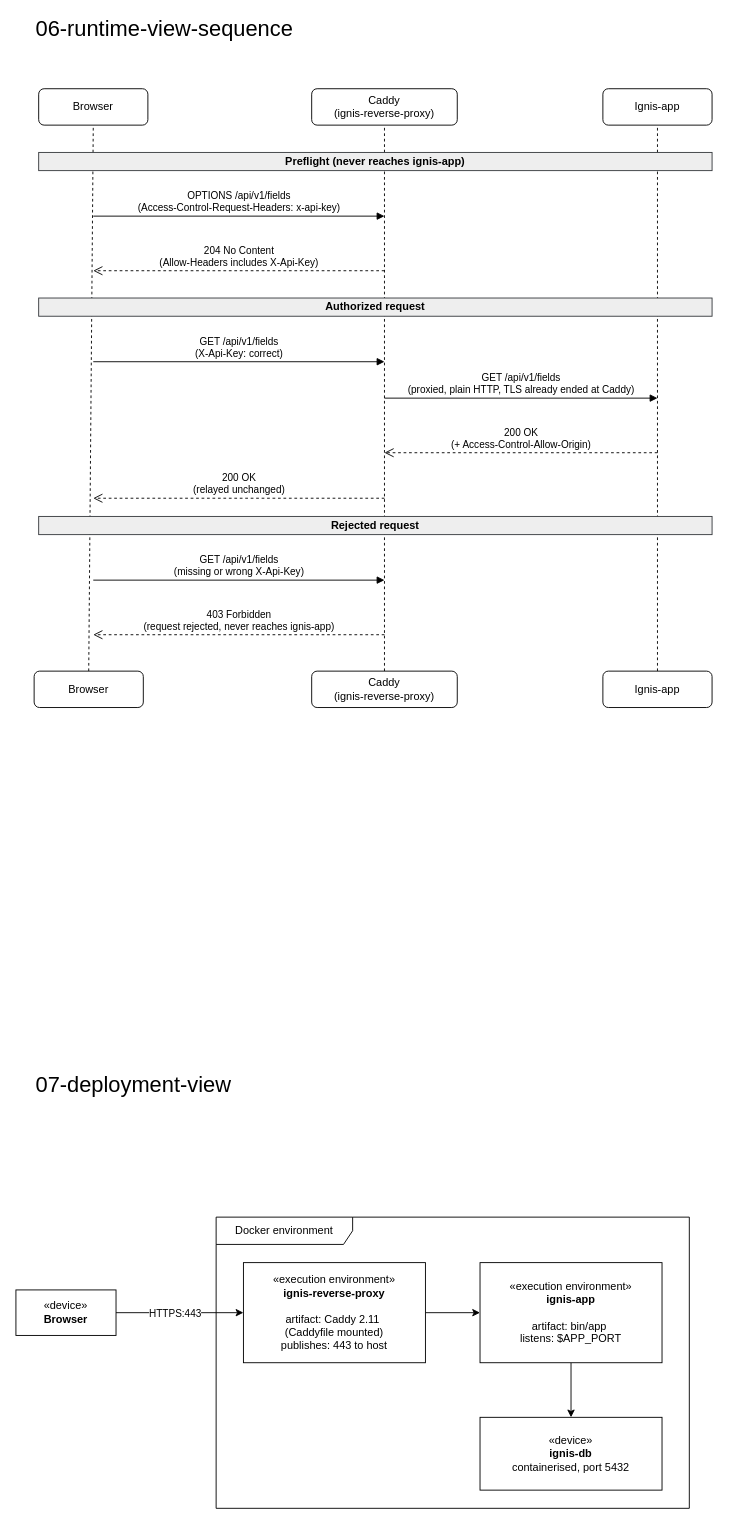
This is documentation/figures/diagrams.drawio from THD-Spatial-AI/ignis, a draw.io file, before an edit. Source tidied: cells renumbered, new cells numbered last; positions are measured from the earlier drawing's top-left corner, leaving out a move shared by most shapes. Both pictures are drawn from the tidied source at 91%, with x=0, y=0 at pixel (15, 15).
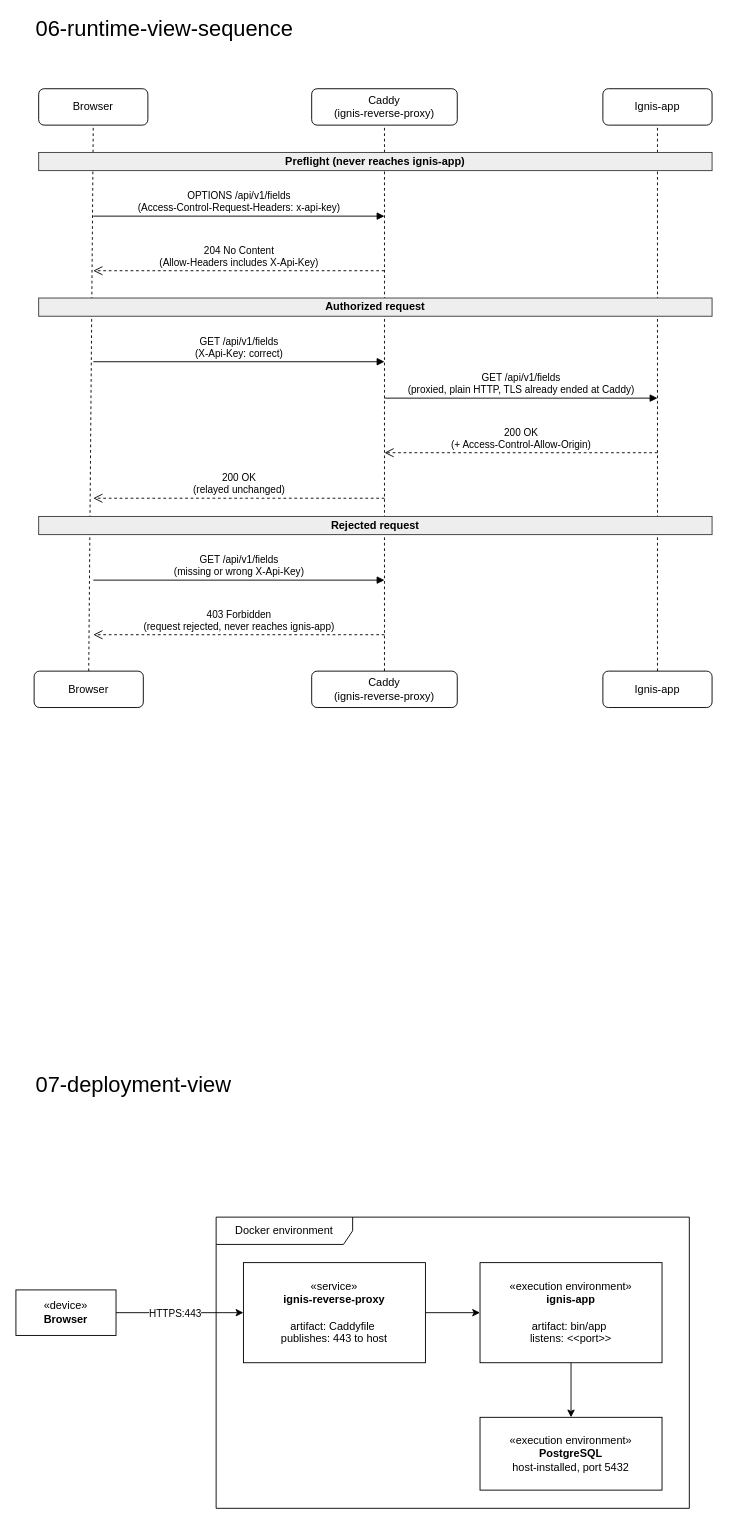
After the change.

Commit message:
docs: update arc42 diagrams

Diff of the diagram source:
```diff
@@
-    <mxCell id="7" value="«execution environment»&lt;br&gt;&lt;b&gt;ignis-reverse-proxy&lt;/b&gt;&lt;div&gt;&lt;b&gt;&lt;br&gt;&lt;/b&gt;&lt;div&gt;artifact: Caddy 2.11&amp;nbsp;&lt;/div&gt;&lt;div&gt;(Caddyfile mounted)&lt;/div&gt;&lt;div&gt;publishes: 443 to host&lt;/div&gt;&lt;/div&gt;" style="html=1;whiteSpace=wrap;" parent="1" vertex="1">
+    <mxCell id="7" value="«service»&lt;br&gt;&lt;b&gt;ignis-reverse-proxy&lt;/b&gt;&lt;div&gt;&lt;b&gt;&lt;br&gt;&lt;/b&gt;&lt;div&gt;artifact: Caddyfile&amp;nbsp;&lt;/div&gt;&lt;div&gt;publishes: 443 to host&lt;/div&gt;&lt;/div&gt;" style="html=1;whiteSpace=wrap;" parent="1" vertex="1">
       <mxGeometry x="250" y="1370" width="200" height="110" as="geometry" />
     </mxCell>
@@
-    <mxCell id="9" value="«execution environment»&lt;br&gt;&lt;b&gt;ignis-app&lt;/b&gt;&lt;div&gt;&lt;b&gt;&lt;br&gt;&lt;/b&gt;&lt;div&gt;artifact: bin/app&amp;nbsp;&lt;/div&gt;&lt;div&gt;listens: $APP_PORT&lt;/div&gt;&lt;/div&gt;" style="html=1;whiteSpace=wrap;" parent="1" vertex="1">
+    <mxCell id="9" value="«execution environment»&lt;br&gt;&lt;b&gt;ignis-app&lt;/b&gt;&lt;div&gt;&lt;b&gt;&lt;br&gt;&lt;/b&gt;&lt;div&gt;artifact: bin/app&amp;nbsp;&lt;/div&gt;&lt;div&gt;listens: &amp;lt;&amp;lt;port&amp;gt;&amp;gt;&lt;/div&gt;&lt;/div&gt;" style="html=1;whiteSpace=wrap;" parent="1" vertex="1">
       <mxGeometry x="510" y="1370" width="200" height="110" as="geometry" />
     </mxCell>
-    <mxCell id="10" value="«device»&lt;br&gt;&lt;div&gt;&lt;b&gt;ignis-db&lt;/b&gt;&lt;/div&gt;&lt;div&gt;containerised, port 5432&lt;/div&gt;" style="html=1;whiteSpace=wrap;" parent="1" vertex="1">
+    <mxCell id="10" value="«execution environment»&lt;br&gt;&lt;b&gt;PostgreSQL&lt;/b&gt;&lt;div&gt;host-installed, port 5432&lt;/div&gt;" style="html=1;whiteSpace=wrap;" parent="1" vertex="1">
       <mxGeometry x="510" y="1540" width="200" height="80" as="geometry" />
     </mxCell>
```
